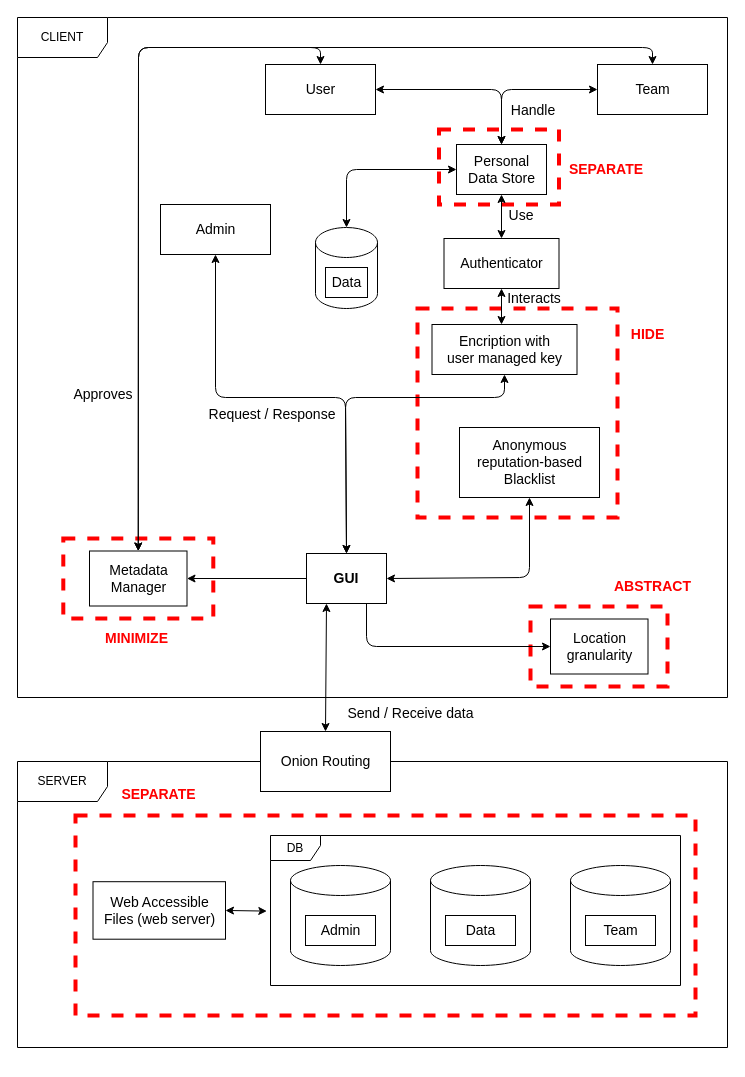
This is page "Data Oriented" (1 of 2) of Design diagrams.drawio from pegasusgio/Civic-Sense, a draw.io file, before an edit. Source tidied: cells renumbered, new cells numbered last; positions are measured from the earlier drawing's top-left corner, leaving out a move shared by most shapes. Both pictures are drawn from the tidied source at 100%, with x=0, y=0 at pixel (17, 17).
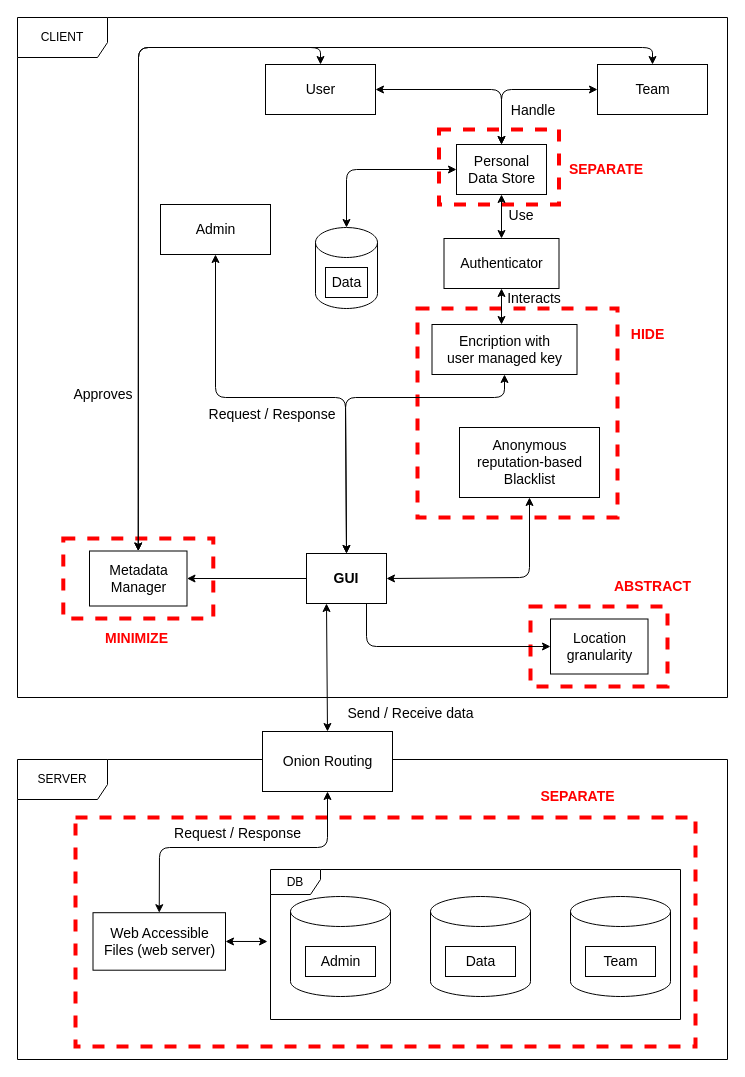
The same diagram, later.

The edit, as a diff of the source:
```diff
@@
+    <mxCell id="3" value="SERVER" style="shape=umlFrame;whiteSpace=wrap;html=1;width=90;height=40;" parent="1" vertex="1">
+      <mxGeometry y="742" width="710" height="300" as="geometry" />
+    </mxCell>
     <mxCell id="2" value="DB" style="shape=umlFrame;whiteSpace=wrap;html=1;width=50;height=25;" parent="1" vertex="1">
-      <mxGeometry x="253" y="818" width="410" height="150" as="geometry" />
+      <mxGeometry x="253" y="852" width="410" height="150" as="geometry" />
     </mxCell>
-    <mxCell id="3" value="SERVER" style="shape=umlFrame;whiteSpace=wrap;html=1;width=90;height=40;" parent="1" vertex="1">
-      <mxGeometry y="744" width="710" height="286" as="geometry" />
-    </mxCell>
@@
     <mxCell id="6" style="html=1;whiteSpace=wrap;fontSize=12;fontStyle=0;verticalAlign=top;align=center;dashed=1;spacingTop=3;strokeWidth=4;fillColor=none;strokeColor=#FF0000;" parent="1" vertex="1">
-      <mxGeometry x="58" y="798" width="620" height="200" as="geometry" />
+      <mxGeometry x="58" y="800" width="620" height="229" as="geometry" />
     </mxCell>
@@
     <mxCell id="9" style="shape=cylinder3;whiteSpace=wrap;html=1;boundedLbl=1;backgroundOutline=1;size=15;" parent="1" vertex="1">
-      <mxGeometry x="273" y="848" width="100" height="100" as="geometry" />
+      <mxGeometry x="273" y="879" width="100" height="100" as="geometry" />
     </mxCell>
@@
     <mxCell id="11" style="shape=cylinder3;whiteSpace=wrap;html=1;boundedLbl=1;backgroundOutline=1;size=15;" parent="1" vertex="1">
-      <mxGeometry x="553" y="848" width="100" height="100" as="geometry" />
+      <mxGeometry x="553" y="879" width="100" height="100" as="geometry" />
     </mxCell>
     <mxCell id="12" value="&lt;font style=&quot;font-size: 14px&quot;&gt;Admin&lt;/font&gt;" style="html=1;" parent="1" vertex="1">
-      <mxGeometry x="288" y="898" width="70" height="30" as="geometry" />
+      <mxGeometry x="288" y="929" width="70" height="30" as="geometry" />
     </mxCell>
     <mxCell id="13" style="shape=cylinder3;whiteSpace=wrap;html=1;boundedLbl=1;backgroundOutline=1;size=15;" parent="1" vertex="1">
-      <mxGeometry x="413" y="848" width="100" height="100" as="geometry" />
+      <mxGeometry x="413" y="879" width="100" height="100" as="geometry" />
     </mxCell>
     <mxCell id="14" value="&lt;font style=&quot;font-size: 14px&quot;&gt;Data&lt;/font&gt;" style="html=1;" parent="1" vertex="1">
-      <mxGeometry x="428" y="898" width="70" height="30" as="geometry" />
+      <mxGeometry x="428" y="929" width="70" height="30" as="geometry" />
     </mxCell>
     <mxCell id="15" value="&lt;font style=&quot;font-size: 14px&quot;&gt;Team&lt;/font&gt;" style="html=1;" parent="1" vertex="1">
-      <mxGeometry x="568" y="898" width="70" height="30" as="geometry" />
+      <mxGeometry x="568" y="929" width="70" height="30" as="geometry" />
     </mxCell>
@@
     <mxCell id="34" value="&lt;span style=&quot;font-size: 14px&quot;&gt;Web Accessible&lt;br&gt;Files (web server)&lt;br&gt;&lt;/span&gt;" style="html=1;" parent="1" vertex="1">
-      <mxGeometry x="75.5" y="864.2" width="132.5" height="57.5" as="geometry" />
+      <mxGeometry x="75.5" y="895.2" width="132.5" height="57.5" as="geometry" />
     </mxCell>
@@
     <mxCell id="36" value="&lt;font color=&quot;#ff0000&quot; size=&quot;1&quot;&gt;&lt;b style=&quot;font-size: 14px&quot;&gt;SEPARATE&lt;/b&gt;&lt;/font&gt;" style="text;html=1;strokeColor=none;fillColor=none;align=center;verticalAlign=middle;whiteSpace=wrap;rounded=0;dashed=1;" parent="1" vertex="1">
-      <mxGeometry x="94.2" y="767" width="95" height="20" as="geometry" />
+      <mxGeometry x="513" y="769" width="95" height="20" as="geometry" />
     </mxCell>
@@
-    <mxCell id="41" style="endArrow=classic;startArrow=classic;html=1;entryX=1;entryY=0.5;entryDx=0;entryDy=0;exitX=-0.009;exitY=0.504;exitDx=0;exitDy=0;exitPerimeter=0;" parent="1" edge="1" source="2" target="34">
-      <mxGeometry relative="1" as="geometry" />
+    <mxCell id="41" style="endArrow=classic;startArrow=classic;html=1;entryX=1;entryY=0.5;entryDx=0;entryDy=0;" parent="1" edge="1" target="34">
+      <mxGeometry relative="1" as="geometry">
+        <mxPoint x="250" y="924" as="sourcePoint" />
+      </mxGeometry>
     </mxCell>
@@
     <mxCell id="48" value="&lt;font style=&quot;font-size: 14px&quot;&gt;Onion Routing&lt;/font&gt;" style="html=1;" parent="1" vertex="1">
-      <mxGeometry x="243" y="714" width="130" height="60" as="geometry" />
+      <mxGeometry x="245" y="714" width="130" height="60" as="geometry" />
     </mxCell>
@@
+    <mxCell id="56" style="endArrow=classic;startArrow=classic;html=1;entryX=0.5;entryY=1;entryDx=0;entryDy=0;exitX=0.5;exitY=0;exitDx=0;exitDy=0;" parent="1" edge="1" source="34" target="48">
+      <mxGeometry relative="1" as="geometry">
+        <Array as="points">
+          <mxPoint x="142" y="830" />
+          <mxPoint x="310" y="830" />
+        </Array>
+      </mxGeometry>
+    </mxCell>
+    <mxCell id="57" value="&lt;font style=&quot;font-size: 14px&quot;&gt;Request / Response&lt;/font&gt;" style="text;html=1;strokeColor=none;fillColor=none;align=center;verticalAlign=middle;whiteSpace=wrap;rounded=0;" parent="1" vertex="1">
+      <mxGeometry x="143" y="806" width="155" height="20" as="geometry" />
+    </mxCell>
```
